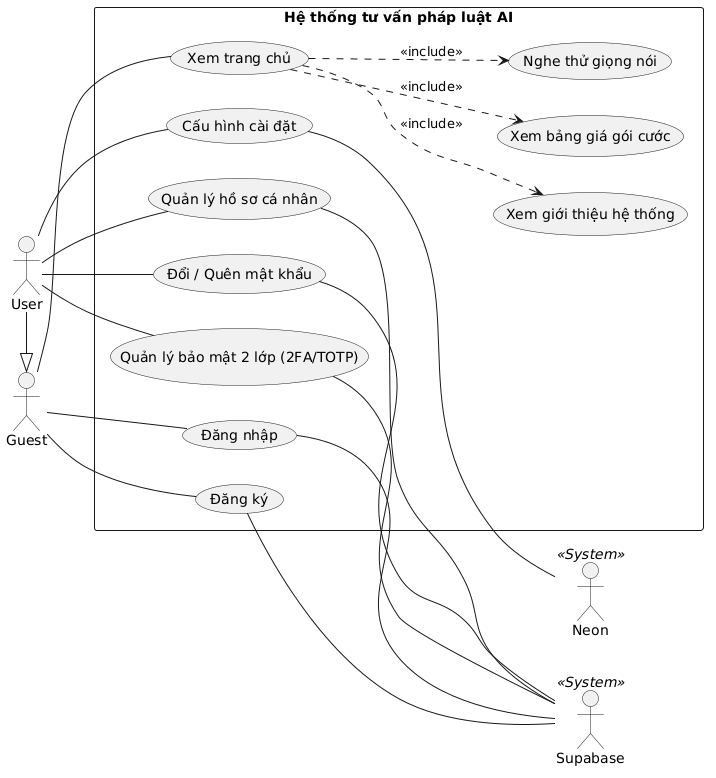
The PlantUML diagram temp/00-UseCase/UML-UseCase-overview.png in 20206205Tech/docs-uml, before a commit.
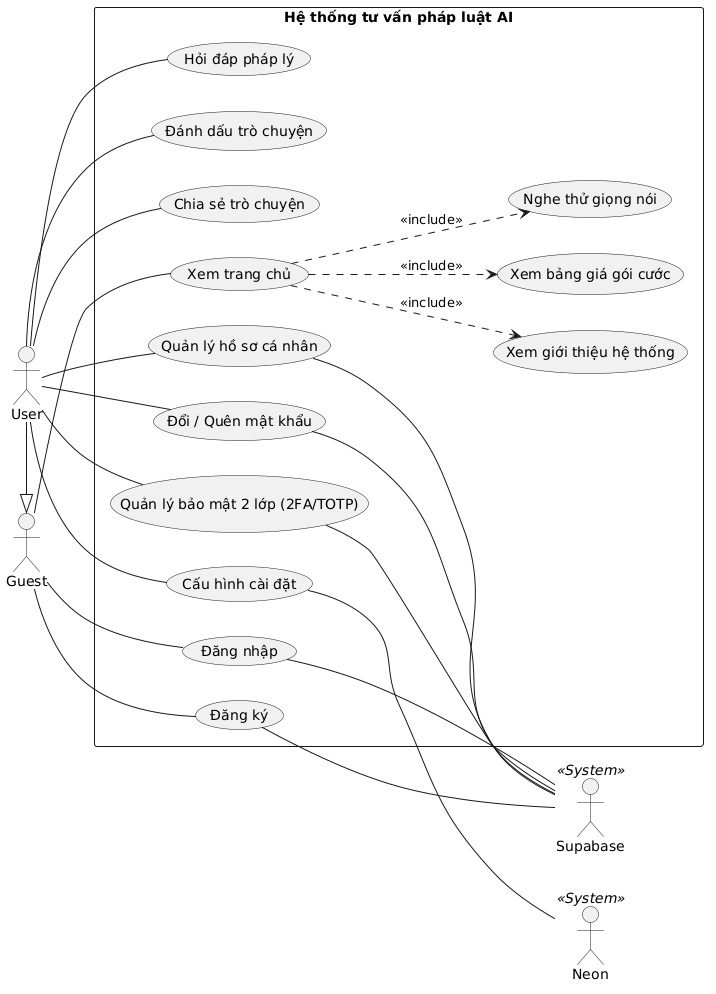
After the change.

Diff of the diagram source:
```diff
@@ -14,6 +14,10 @@
 
 
 
+
+
+
+
 rectangle "Hệ thống tư vấn pháp luật AI" {
   usecase "Xem trang chủ" as UC_Home
   usecase "Xem giới thiệu hệ thống" as UC_Intro
@@ -26,6 +30,9 @@
   usecase "Quản lý hồ sơ cá nhân" as UC_Profile
   usecase "Đổi / Quên mật khẩu" as UC_Password
   usecase "Cấu hình cài đặt" as UC_Settings
+  usecase "Hỏi đáp pháp lý" as UC_Chat
+  usecase "Đánh dấu trò chuyện" as UC_Bookmark
+  usecase "Chia sẻ trò chuyện" as UC_Share
 
   UC_Home ..> UC_Intro : <<include>>
   UC_Home ..> UC_Pricing : <<include>>
@@ -40,6 +47,9 @@
 User -- UC_Profile
 User -- UC_Password
 User -- UC_Settings
+User -- UC_Chat
+User -- UC_Bookmark
+User -- UC_Share
 
 UC_Register -- Supabase
 UC_Login -- Supabase
```
